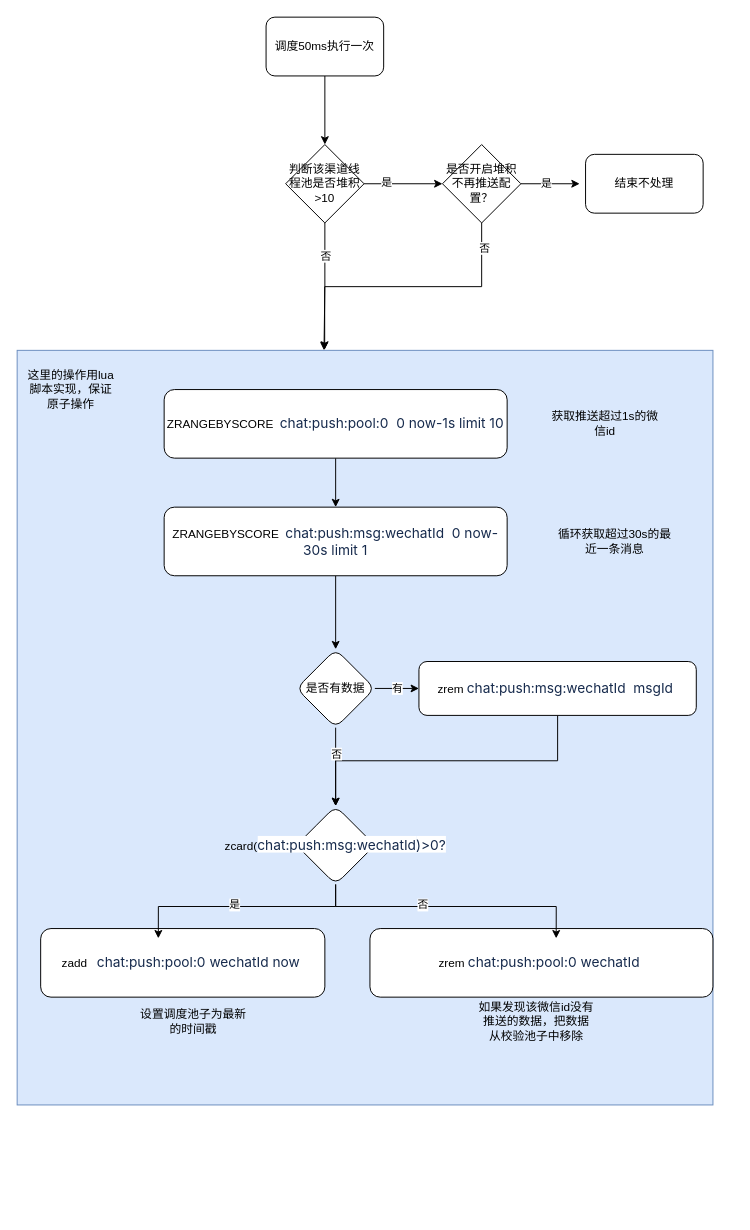
smallleaf/draw.io keeps this draw.io diagram as miyuan/推送数据Redis操作结构.drawio. Above is the earlier version. Source tidied: cells renumbered, new cells numbered last; positions are measured from the earlier drawing's top-left corner, leaving out a move shared by most shapes. Both pictures are drawn from the tidied source at 98%, with x=0, y=0 at pixel (17, 17).
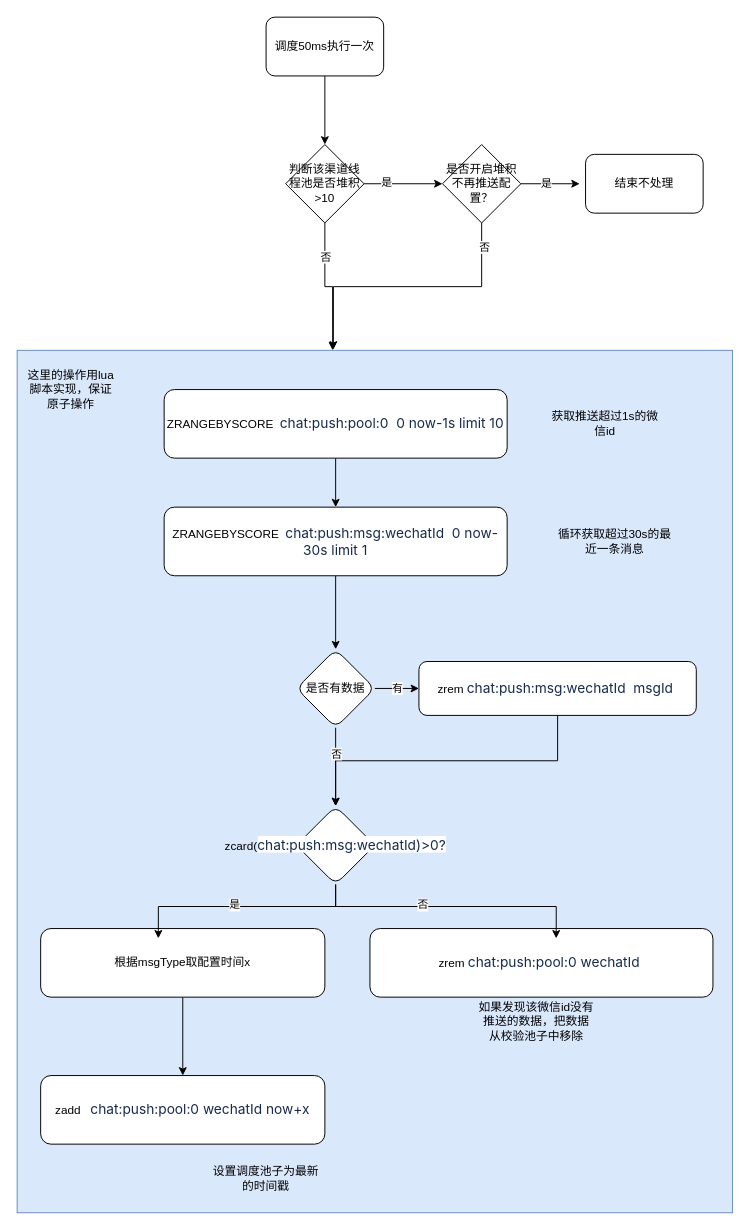
The same page after the edit.

Commit message:
更新推送数据Redis操作结构.drawio

The edit, as a diff of the source:
```diff
@@
     <mxCell id="2" style="rounded=0;whiteSpace=wrap;html=1;fillColor=#dae8fc;strokeColor=#6c8ebf;" parent="1" vertex="1">
-      <mxGeometry y="340" width="710" height="770" as="geometry" />
+      <mxGeometry y="340" width="730" height="880" as="geometry" />
     </mxCell>
@@
+    <mxCell id="39" style="edgeStyle=orthogonalEdgeStyle;rounded=0;jettySize=auto;html=1;" parent="1" edge="1" source="12" target="40">
+      <mxGeometry relative="1" as="geometry" />
+    </mxCell>
-    <mxCell id="12" value="zadd&amp;nbsp;&amp;nbsp;&amp;nbsp;&lt;span style=&quot;color: rgb(23, 43, 77); font-family: -apple-system, &amp;quot;system-ui&amp;quot;, &amp;quot;Segoe UI&amp;quot;, Roboto, Oxygen, Ubuntu, &amp;quot;Fira Sans&amp;quot;, &amp;quot;Droid Sans&amp;quot;, &amp;quot;Helvetica Neue&amp;quot;, sans-serif; font-size: 14px; text-align: start; background-color: rgb(255, 255, 255);&quot;&gt;chat:push:pool:0&amp;nbsp;&lt;/span&gt;&lt;span style=&quot;color: rgb(23, 43, 77); font-family: -apple-system, &amp;quot;system-ui&amp;quot;, &amp;quot;Segoe UI&amp;quot;, Roboto, Oxygen, Ubuntu, &amp;quot;Fira Sans&amp;quot;, &amp;quot;Droid Sans&amp;quot;, &amp;quot;Helvetica Neue&amp;quot;, sans-serif; font-size: 14px; text-align: left; background-color: rgb(255, 255, 255);&quot;&gt;wechatId now&lt;/span&gt;&lt;span style=&quot;background-color: initial;&quot;&gt;&amp;nbsp;&lt;/span&gt;" style="rounded=1;whiteSpace=wrap;html=1;" parent="1" vertex="1">
+    <mxCell id="12" value="根据msgType取配置时间x" style="rounded=1;whiteSpace=wrap;html=1;" parent="1" vertex="1">
       <mxGeometry x="24" y="930" width="290" height="70" as="geometry" />
     </mxCell>
     <mxCell id="13" value="设置调度池子为最新的时间戳" style="text;html=1;align=center;verticalAlign=middle;whiteSpace=wrap;rounded=0;" parent="1" vertex="1">
-      <mxGeometry x="120" y="1000" width="120" height="50" as="geometry" />
+      <mxGeometry x="194" y="1160" width="120" height="50" as="geometry" />
     </mxCell>
@@
+    <mxCell id="40" value="zadd&amp;nbsp;&amp;nbsp;&amp;nbsp;&lt;span style=&quot;color: rgb(23, 43, 77); font-family: -apple-system, &amp;quot;system-ui&amp;quot;, &amp;quot;Segoe UI&amp;quot;, Roboto, Oxygen, Ubuntu, &amp;quot;Fira Sans&amp;quot;, &amp;quot;Droid Sans&amp;quot;, &amp;quot;Helvetica Neue&amp;quot;, sans-serif; font-size: 14px; text-align: start; background-color: rgb(255, 255, 255);&quot;&gt;chat:push:pool:0&amp;nbsp;&lt;/span&gt;&lt;span style=&quot;color: rgb(23, 43, 77); font-family: -apple-system, &amp;quot;system-ui&amp;quot;, &amp;quot;Segoe UI&amp;quot;, Roboto, Oxygen, Ubuntu, &amp;quot;Fira Sans&amp;quot;, &amp;quot;Droid Sans&amp;quot;, &amp;quot;Helvetica Neue&amp;quot;, sans-serif; font-size: 14px; text-align: left; background-color: rgb(255, 255, 255);&quot;&gt;wechatId now+x&lt;/span&gt;" style="rounded=1;whiteSpace=wrap;html=1;" parent="1" vertex="1">
+      <mxGeometry x="24" y="1080" width="290" height="70" as="geometry" />
+    </mxCell>
```
